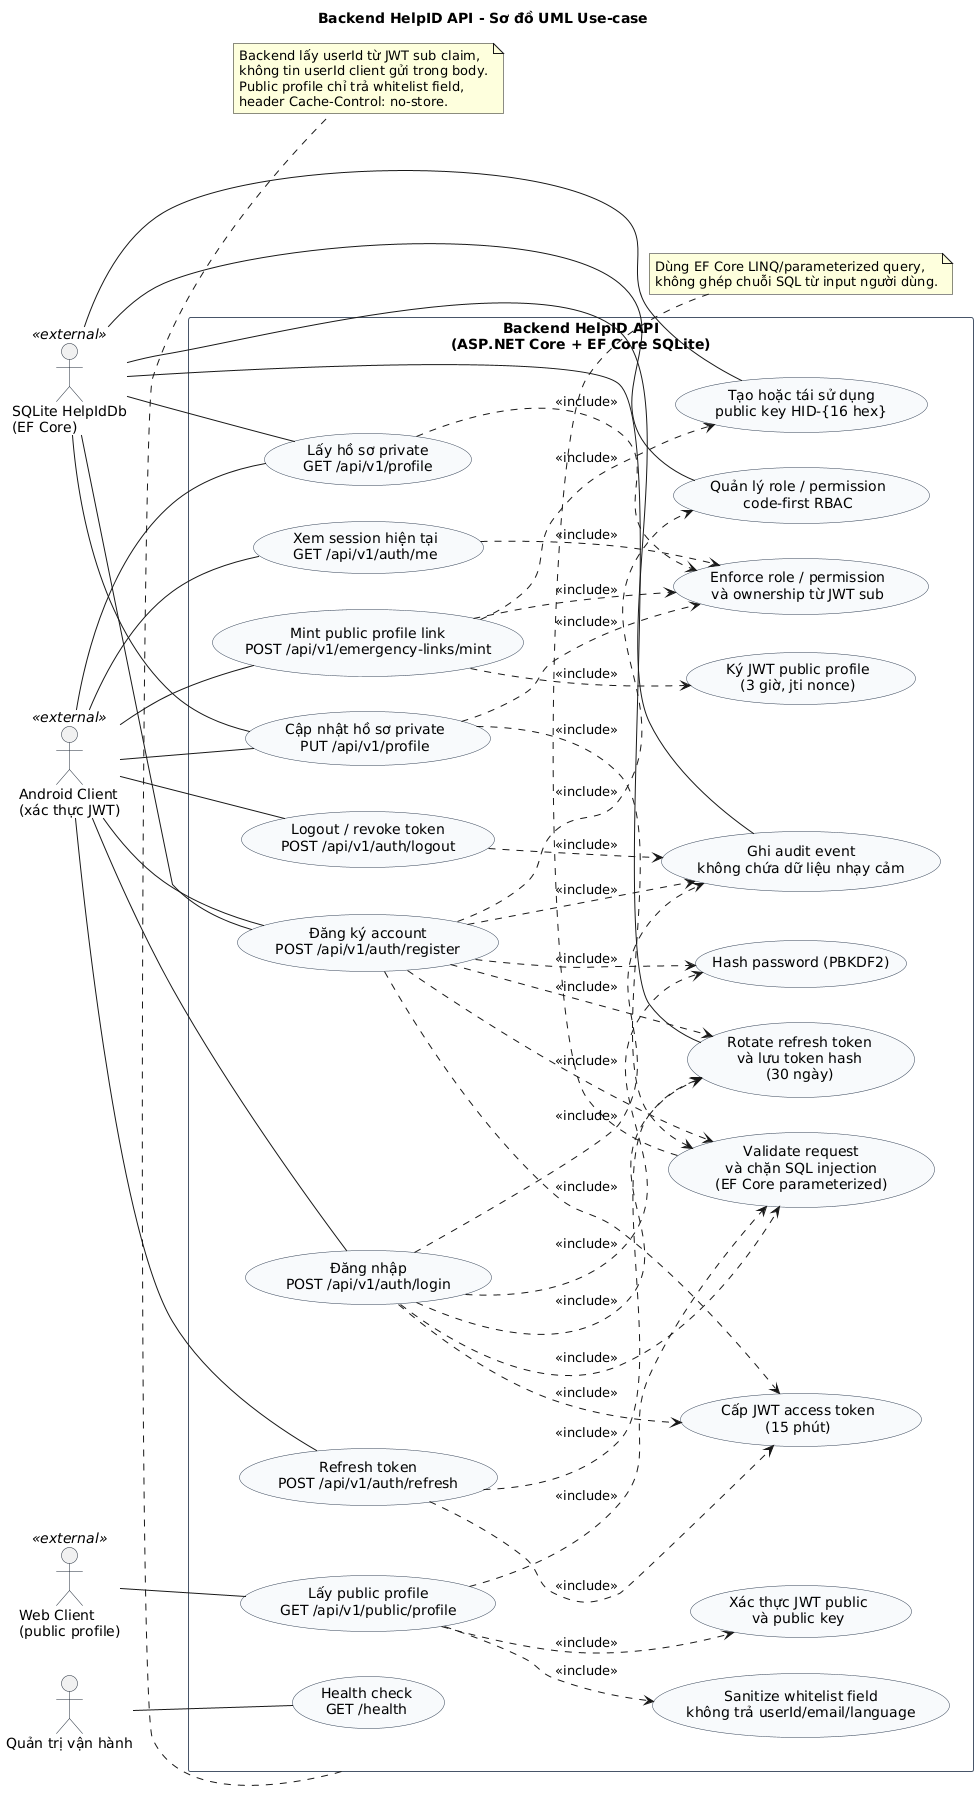
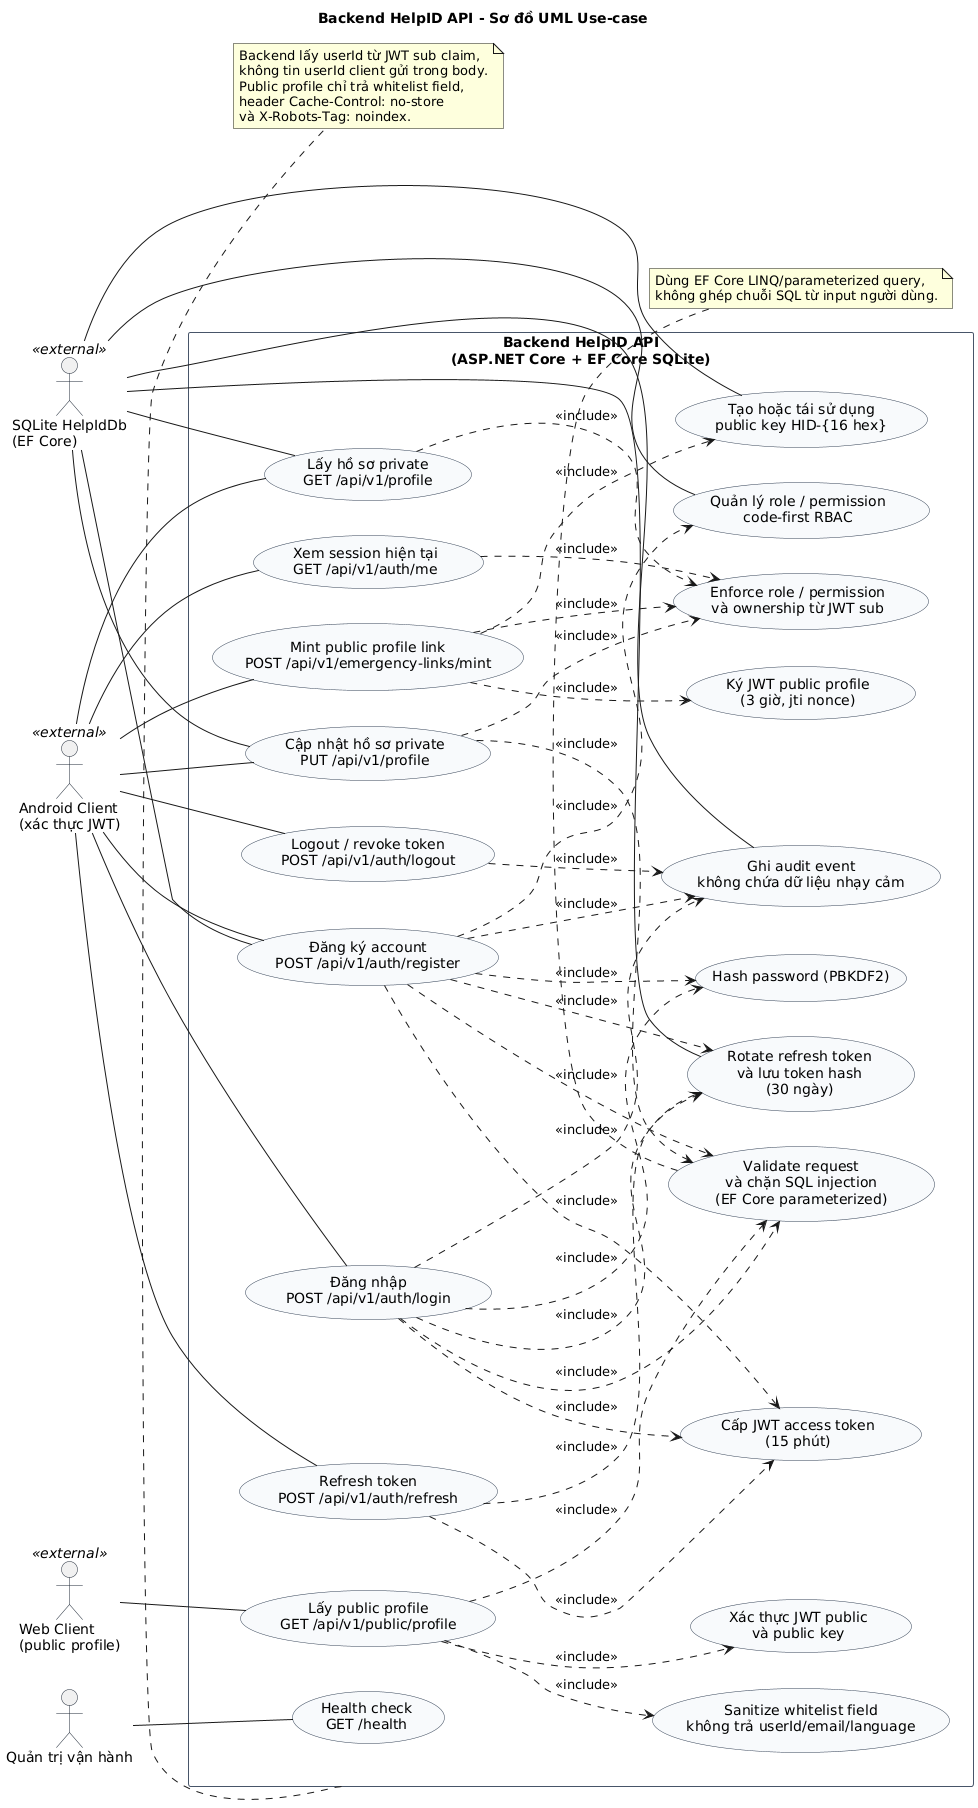
@startuml
' UML Use-case: Backend HelpID API (ASP.NET Core)
left to right direction
skinparam defaultFontName "DejaVu Sans"
skinparam packageStyle rectangle
skinparam shadowing false
skinparam usecase {
  BackgroundColor #F8FAFC
  BorderColor #334155
}
skinparam rectangle {
  BackgroundColor #FFFFFF
  BorderColor #475569
}
skinparam actor {
  BorderColor #1F2937
}

title Backend HelpID API - Sơ đồ UML Use-case

actor "Android Client\n(xác thực JWT)" as AndroidClient <<external>>
actor "Web Client\n(public profile)" as WebClient <<external>>
actor "Quản trị vận hành" as Operator

actor "SQLite HelpIdDb\n(EF Core)" as SQLiteDb <<external>>

rectangle "Backend HelpID API\n(ASP.NET Core + EF Core SQLite)" as Backend {
  usecase "Đăng ký account\nPOST /api/v1/auth/register" as UC_ApiRegister
  usecase "Đăng nhập\nPOST /api/v1/auth/login" as UC_ApiLogin
  usecase "Refresh token\nPOST /api/v1/auth/refresh" as UC_ApiRefresh
  usecase "Logout / revoke token\nPOST /api/v1/auth/logout" as UC_ApiLogout
  usecase "Xem session hiện tại\nGET /api/v1/auth/me" as UC_ApiMe
  usecase "Hash password (PBKDF2)" as UC_HashPassword
  usecase "Cấp JWT access token\n(15 phút)" as UC_IssueAccessToken
  usecase "Rotate refresh token\nvà lưu token hash\n(30 ngày)" as UC_RotateRefreshToken
  usecase "Enforce role / permission\nvà ownership từ JWT sub" as UC_EnforceAuthorization
  usecase "Quản lý role / permission\ncode-first RBAC" as UC_RolePermission
  usecase "Lấy hồ sơ private\nGET /api/v1/profile" as UC_ApiGetProfile
  usecase "Cập nhật hồ sơ private\nPUT /api/v1/profile" as UC_ApiUpdateProfile
  usecase "Mint public profile link\nPOST /api/v1/emergency-links/mint" as UC_ApiMintLink
  usecase "Tạo hoặc tái sử dụng\npublic key HID-{16 hex}" as UC_EnsurePublicKey
  usecase "Ký JWT public profile\n(3 giờ, jti nonce)" as UC_SignProfileJwt
  usecase "Lấy public profile\nGET /api/v1/public/profile" as UC_ApiGetPublicProfile
  usecase "Xác thực JWT public\nvà public key" as UC_VerifyProfileJwt
  usecase "Sanitize whitelist field\nkhông trả userId/email/language" as UC_SanitizeProfile
  usecase "Ghi audit event\nkhông chứa dữ liệu nhạy cảm" as UC_AuditEvent
  usecase "Validate request\nvà chặn SQL injection\n(EF Core parameterized)" as UC_ValidateAntiInjection
  usecase "Health check\nGET /health" as UC_Health
}

AndroidClient -- UC_ApiRegister
AndroidClient -- UC_ApiLogin
AndroidClient -- UC_ApiRefresh
AndroidClient -- UC_ApiLogout
AndroidClient -- UC_ApiMe
AndroidClient -- UC_ApiGetProfile
AndroidClient -- UC_ApiUpdateProfile
AndroidClient -- UC_ApiMintLink
WebClient -- UC_ApiGetPublicProfile
Operator -- UC_Health

UC_ApiRegister ..> UC_HashPassword : <<include>>
UC_ApiRegister ..> UC_IssueAccessToken : <<include>>
UC_ApiRegister ..> UC_RotateRefreshToken : <<include>>
UC_ApiRegister ..> UC_RolePermission : <<include>>
UC_ApiRegister ..> UC_AuditEvent : <<include>>
UC_ApiRegister ..> UC_ValidateAntiInjection : <<include>>
UC_ApiLogin ..> UC_HashPassword : <<include>>
UC_ApiLogin ..> UC_IssueAccessToken : <<include>>
UC_ApiLogin ..> UC_RotateRefreshToken : <<include>>
UC_ApiLogin ..> UC_AuditEvent : <<include>>
UC_ApiLogin ..> UC_ValidateAntiInjection : <<include>>
UC_ApiRefresh ..> UC_IssueAccessToken : <<include>>
UC_ApiRefresh ..> UC_RotateRefreshToken : <<include>>
UC_ApiLogout ..> UC_AuditEvent : <<include>>
UC_ApiMe ..> UC_EnforceAuthorization : <<include>>
UC_ApiGetProfile ..> UC_EnforceAuthorization : <<include>>
UC_ApiUpdateProfile ..> UC_EnforceAuthorization : <<include>>
UC_ApiUpdateProfile ..> UC_ValidateAntiInjection : <<include>>
UC_ApiMintLink ..> UC_EnforceAuthorization : <<include>>
UC_ApiMintLink ..> UC_EnsurePublicKey : <<include>>
UC_ApiMintLink ..> UC_SignProfileJwt : <<include>>
UC_ApiGetPublicProfile ..> UC_VerifyProfileJwt : <<include>>
UC_ApiGetPublicProfile ..> UC_SanitizeProfile : <<include>>
UC_ApiGetPublicProfile ..> UC_ValidateAntiInjection : <<include>>

SQLiteDb -- UC_ApiRegister
SQLiteDb -- UC_RotateRefreshToken
SQLiteDb -- UC_RolePermission
SQLiteDb -- UC_ApiGetProfile
SQLiteDb -- UC_ApiUpdateProfile
SQLiteDb -- UC_EnsurePublicKey
SQLiteDb -- UC_AuditEvent

note bottom of Backend
  Backend lấy userId từ JWT sub claim,
  không tin userId client gửi trong body.
  Public profile chỉ trả whitelist field,
-   header Cache-Control: no-store.
+   header Cache-Control: no-store
+   và X-Robots-Tag: noindex.
end note

note bottom of UC_ValidateAntiInjection
  Dùng EF Core LINQ/parameterized query,
  không ghép chuỗi SQL từ input người dùng.
end note
@enduml
